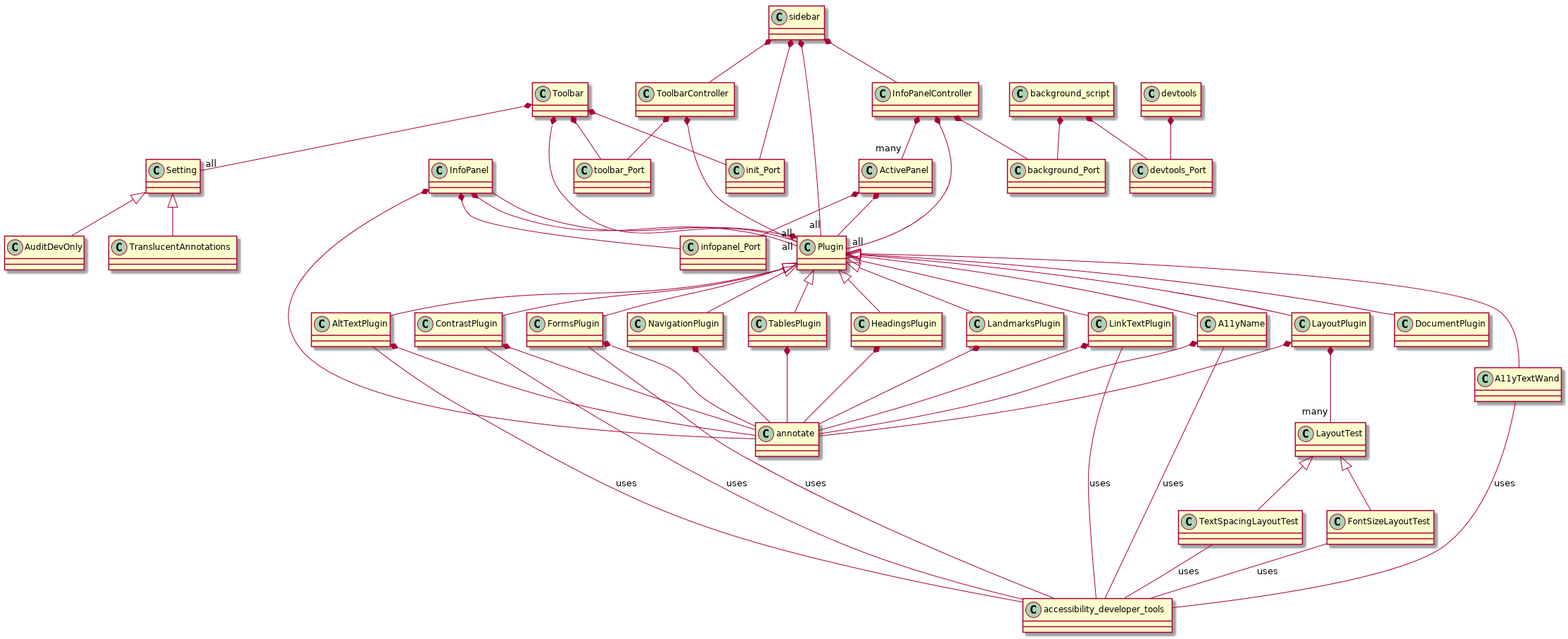
This is class-diagram.png from Skeletonxf/tota11y, a PlantUML export, as it was before one commit. Source of this version:
```plantuml
@startuml
InfoPanel *-- annotate
InfoPanel *-- Plugin
Plugin *-- InfoPanel
Plugin <|-- A11yName
A11yName *-- annotate
A11yName -- accessibility_developer_tools : uses
Plugin <|-- A11yTextWand
A11yTextWand -- accessibility_developer_tools : uses
Plugin <|-- AltTextPlugin
AltTextPlugin *-- annotate
AltTextPlugin -- accessibility_developer_tools : uses
Plugin <|-- ContrastPlugin
ContrastPlugin *-- annotate
ContrastPlugin -- accessibility_developer_tools : uses
Plugin <|-- DocumentPlugin
Plugin <|-- FormsPlugin
FormsPlugin *-- annotate
FormsPlugin -- accessibility_developer_tools : uses
Plugin <|-- HeadingsPlugin
HeadingsPlugin *-- annotate
Plugin <|-- LandmarksPlugin
LandmarksPlugin *-- annotate
Plugin <|-- LayoutPlugin
LayoutPlugin *-- annotate
LayoutPlugin *-- "many" LayoutTest
LayoutTest <|-- TextSpacingLayoutTest
TextSpacingLayoutTest -- accessibility_developer_tools : uses
LayoutTest <|-- FontSizeLayoutTest
FontSizeLayoutTest -- accessibility_developer_tools : uses
Plugin <|-- LinkTextPlugin
LinkTextPlugin *-- annotate
LinkTextPlugin -- accessibility_developer_tools : uses
Plugin <|-- NavigationPlugin
NavigationPlugin *-- annotate
Plugin <|-- TablesPlugin
TablesPlugin *-- annotate
Toolbar *-- "all" Plugin
Toolbar *-- "all" Setting
Toolbar *-- toolbar_Port
Toolbar *-- init_Port
ToolbarController *-- "all" Plugin
ToolbarController *-- toolbar_Port
sidebar *-- "all" Plugin
sidebar *-- InfoPanelController
sidebar *-- ToolbarController
sidebar *-- init_Port
devtools *-- devtools_Port
background_script *-- devtools_Port
background_script *-- background_Port
InfoPanelController  *-- "all" Plugin
InfoPanelController *-- background_Port
InfoPanelController  *-- "many" ActivePanel
ActivePanel *-- infopanel_Port
InfoPanel *-- infopanel_Port
ActivePanel *-- Plugin
Setting <|-- TranslucentAnnotations
Setting <|-- AuditDevOnly
@enduml
```
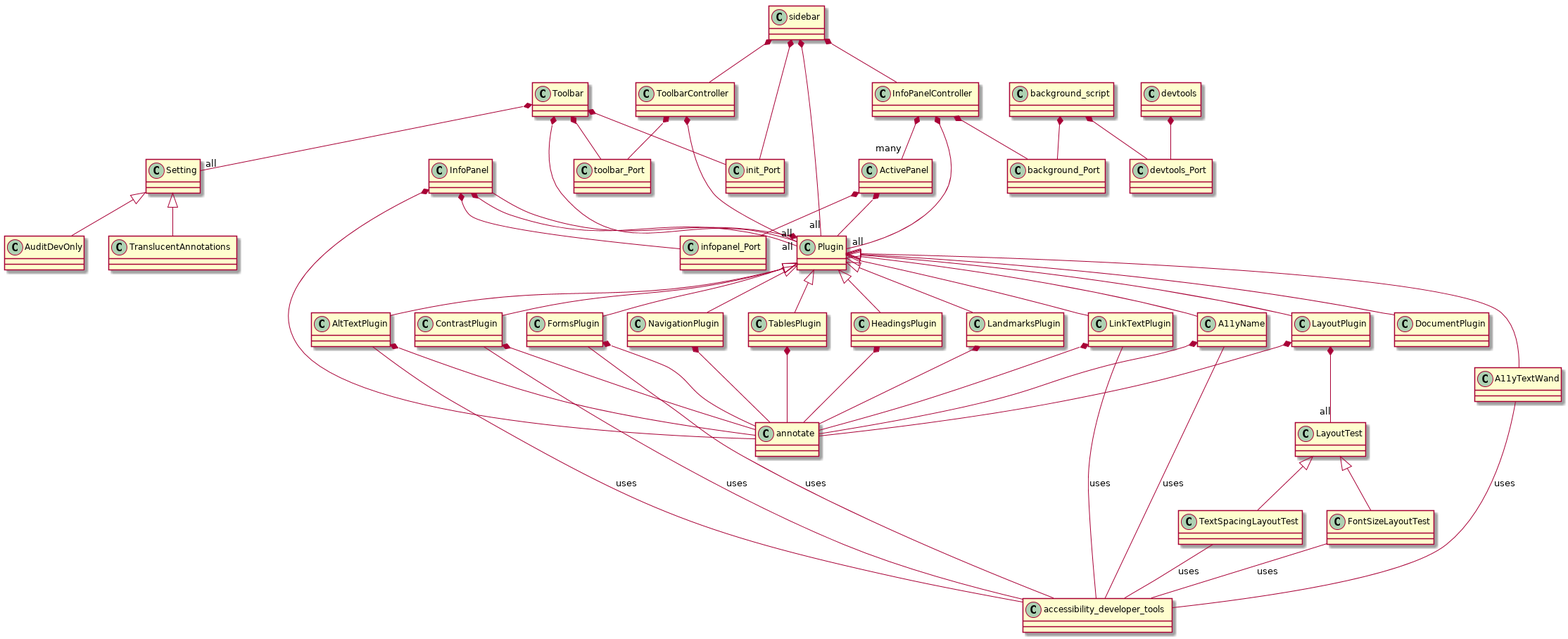
The same diagram one commit later.

Diff of the diagram source:
```diff
@@ -23,7 +23,7 @@
 LandmarksPlugin *-- annotate
 Plugin <|-- LayoutPlugin
 LayoutPlugin *-- annotate
-LayoutPlugin *-- "many" LayoutTest
+LayoutPlugin *-- "all" LayoutTest
 LayoutTest <|-- TextSpacingLayoutTest
 TextSpacingLayoutTest -- accessibility_developer_tools : uses
 LayoutTest <|-- FontSizeLayoutTest
```
